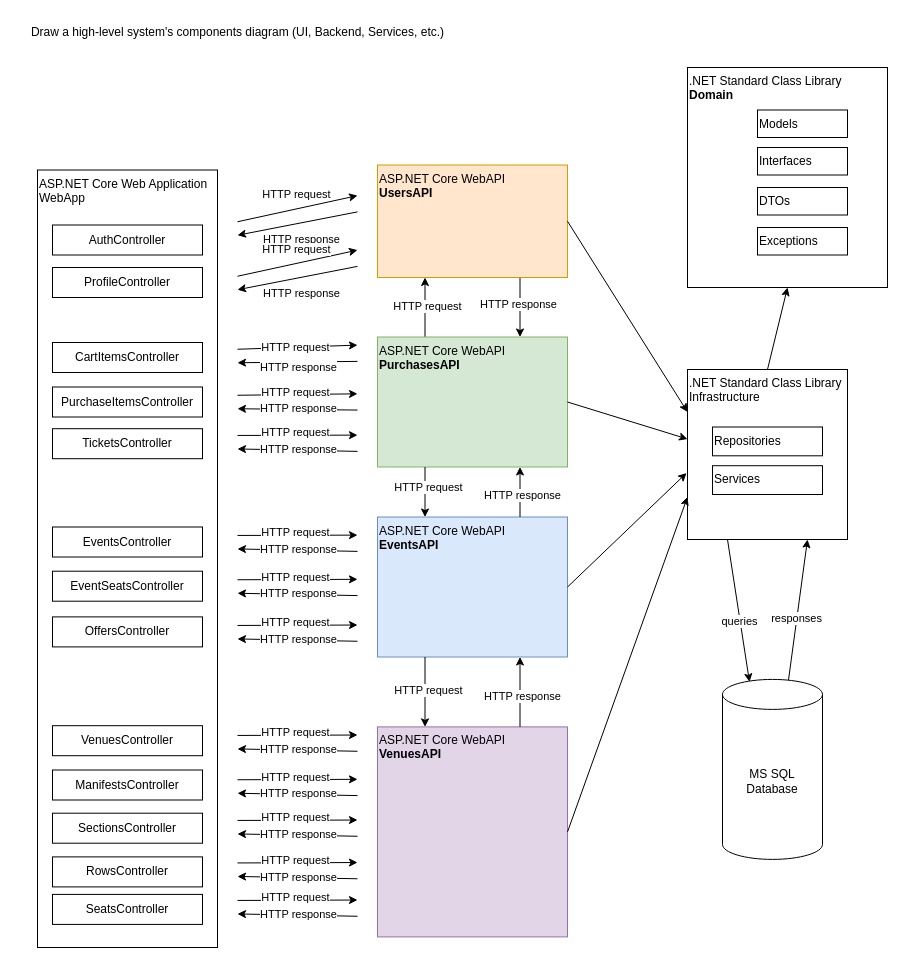
Before: page "Components" (1 of 4) of docs/Diagrams.drawio in leg0ushque/ticket-management, a draw.io diagram. Source tidied: cells renumbered, new cells numbered last; positions are measured from the earlier drawing's top-left corner, leaving out a move shared by most shapes. Both pictures are drawn from the tidied source at 100%, with x=0, y=0 at pixel (17, 17).
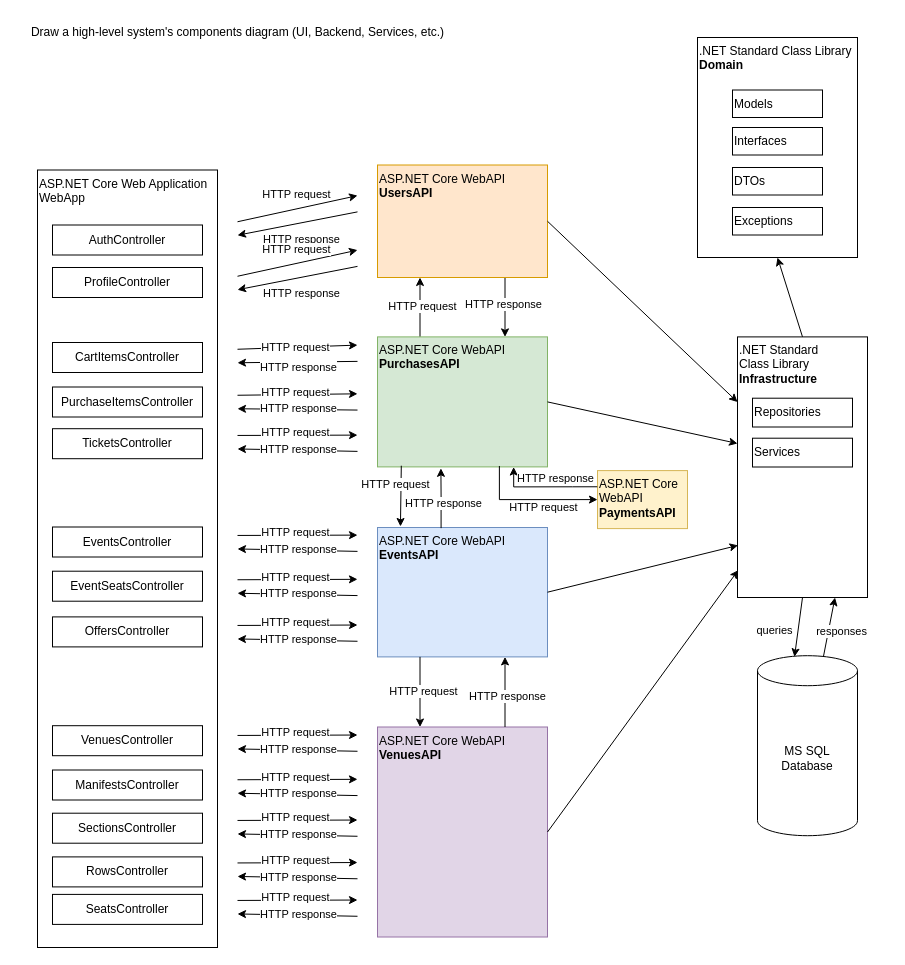
After the change.

Unchanged cells that the change refers to:
```xml
<mxCell id="40" style="rounded=0;jettySize=auto;html=1;exitX=0.75;exitY=1;exitDx=0;exitDy=0;entryX=0.66;entryY=0.003;entryDx=0;entryDy=0;entryPerimeter=0;startArrow=classic;startFill=1;endArrow=none;endFill=0;" parent="1" edge="1" source="12" target="3">
  <mxGeometry relative="1" as="geometry" />
</mxCell>
```

What changed in the source:
```diff
@@
     <mxCell id="3" value="MS SQL&lt;br&gt;Database" style="shape=cylinder3;whiteSpace=wrap;html=1;boundedLbl=1;backgroundOutline=1;size=15;" parent="1" vertex="1">
-      <mxGeometry x="705" y="661.9" width="100" height="180" as="geometry" />
+      <mxGeometry x="740" y="638.2" width="100" height="180" as="geometry" />
     </mxCell>
@@
     <mxCell id="6" value="ASP.NET Core WebAPI&lt;br&gt;&lt;b&gt;UsersAPI&lt;/b&gt;" style="rounded=0;whiteSpace=wrap;html=1;align=left;verticalAlign=top;fillColor=#ffe6cc;strokeColor=#d79b00;" parent="1" vertex="1">
-      <mxGeometry x="360" y="147.5" width="190" height="112.5" as="geometry" />
+      <mxGeometry x="360" y="147.5" width="170" height="112.5" as="geometry" />
     </mxCell>
@@
-    <mxCell id="9" style="rounded=0;jettySize=auto;html=1;exitX=0.25;exitY=1;exitDx=0;exitDy=0;entryX=0.27;entryY=0.014;entryDx=0;entryDy=0;entryPerimeter=0;startArrow=none;startFill=0;endArrow=classic;endFill=1;" parent="1" edge="1" source="12" target="3">
+    <mxCell id="9" style="rounded=0;jettySize=auto;html=1;exitX=0.5;exitY=1;exitDx=0;exitDy=0;entryX=0.37;entryY=0.006;entryDx=0;entryDy=0;entryPerimeter=0;startArrow=none;startFill=0;endArrow=classic;endFill=1;" parent="1" edge="1" source="12" target="3">
       <mxGeometry relative="1" as="geometry" />
     </mxCell>
     <mxCell id="10" value="queries" style="edgeLabel;html=1;align=center;verticalAlign=middle;" parent="9" vertex="1">
       <mxGeometry x="0.15" y="-6" relative="1" as="geometry">
-        <mxPoint x="5" y="-1" as="offset" />
+        <mxPoint x="-18" as="offset" />
       </mxGeometry>
     </mxCell>
@@
-    <mxCell id="12" value=".NET Standard Class Library&lt;br&gt;Infrastructure" style="rounded=0;whiteSpace=wrap;html=1;align=left;verticalAlign=top;" parent="1" vertex="1">
-      <mxGeometry x="670" y="352" width="160" height="170" as="geometry" />
+    <mxCell id="12" value=".NET Standard &lt;br&gt;Class Library&lt;br&gt;&lt;b&gt;Infrastructure&lt;/b&gt;" style="rounded=0;whiteSpace=wrap;html=1;align=left;verticalAlign=top;" parent="1" vertex="1">
+      <mxGeometry x="720" y="319.4" width="130" height="260.6" as="geometry" />
     </mxCell>
@@
     <mxCell id="16" value="ASP.NET Core WebAPI&lt;br style=&quot;border-color: var(--border-color);&quot;&gt;&lt;b&gt;PurchasesAPI&lt;/b&gt;" style="rounded=0;whiteSpace=wrap;html=1;align=left;verticalAlign=top;fillColor=#d5e8d4;strokeColor=#82b366;" parent="1" vertex="1">
-      <mxGeometry x="360" y="319.5" width="190" height="130" as="geometry" />
+      <mxGeometry x="360" y="319.4" width="170" height="130" as="geometry" />
     </mxCell>
     <mxCell id="17" value="ASP.NET Core WebAPI&lt;br style=&quot;border-color: var(--border-color);&quot;&gt;&lt;b&gt;VenuesAPI&lt;/b&gt;" style="rounded=0;whiteSpace=wrap;html=1;align=left;verticalAlign=top;fillColor=#e1d5e7;strokeColor=#9673a6;" parent="1" vertex="1">
-      <mxGeometry x="360" y="709.4" width="190" height="210" as="geometry" />
+      <mxGeometry x="360" y="709.5" width="170" height="210" as="geometry" />
     </mxCell>
     <mxCell id="18" value="ASP.NET Core WebAPI&lt;br style=&quot;border-color: var(--border-color);&quot;&gt;&lt;b&gt;EventsAPI&lt;/b&gt;" style="rounded=0;whiteSpace=wrap;html=1;align=left;verticalAlign=top;fillColor=#dae8fc;strokeColor=#6c8ebf;" parent="1" vertex="1">
-      <mxGeometry x="360" y="499.5" width="190" height="140" as="geometry" />
+      <mxGeometry x="360" y="510" width="170" height="129.4" as="geometry" />
     </mxCell>
-    <mxCell id="19" style="edgeStyle=orthogonalEdgeStyle;rounded=0;jettySize=auto;html=1;exitX=0.75;exitY=0;exitDx=0;exitDy=0;entryX=0.75;entryY=1;entryDx=0;entryDy=0;" parent="1" edge="1" source="18" target="16">
+    <mxCell id="19" style="edgeStyle=orthogonalEdgeStyle;rounded=0;jettySize=auto;html=1;exitX=0.374;exitY=0.005;exitDx=0;exitDy=0;entryX=0.373;entryY=1.011;entryDx=0;entryDy=0;exitPerimeter=0;entryPerimeter=0;" parent="1" edge="1" source="18" target="16">
       <mxGeometry relative="1" as="geometry" />
     </mxCell>
     <mxCell id="20" value="HTTP response" style="edgeLabel;html=1;align=center;verticalAlign=middle;" parent="19" vertex="1">
-      <mxGeometry x="-0.11" y="-2" relative="1" as="geometry" />
+      <mxGeometry x="-0.11" y="-2" relative="1" as="geometry">
+        <mxPoint y="2" as="offset" />
+      </mxGeometry>
     </mxCell>
-    <mxCell id="21" style="edgeStyle=orthogonalEdgeStyle;rounded=0;jettySize=auto;html=1;exitX=0.25;exitY=1;exitDx=0;exitDy=0;entryX=0.25;entryY=0;entryDx=0;entryDy=0;" parent="1" edge="1" source="16" target="18">
+    <mxCell id="21" style="rounded=0;jettySize=auto;html=1;exitX=0.14;exitY=0.991;exitDx=0;exitDy=0;entryX=0.135;entryY=-0.008;entryDx=0;entryDy=0;exitPerimeter=0;entryPerimeter=0;" parent="1" edge="1" source="16" target="18">
       <mxGeometry relative="1" as="geometry" />
     </mxCell>
     <mxCell id="22" value="HTTP request" style="edgeLabel;html=1;align=center;verticalAlign=middle;" parent="21" vertex="1">
       <mxGeometry x="0.33" relative="1" as="geometry">
-        <mxPoint x="3" y="-13" as="offset" />
+        <mxPoint x="-6" y="-22" as="offset" />
       </mxGeometry>
     </mxCell>
@@
     <mxCell id="27" value=".NET Standard Class Library&lt;br&gt;&lt;b&gt;Domain&lt;/b&gt;" style="rounded=0;whiteSpace=wrap;html=1;align=left;verticalAlign=top;" parent="1" vertex="1">
-      <mxGeometry x="670" y="50" width="200" height="220" as="geometry" />
+      <mxGeometry x="680" y="20" width="160" height="220" as="geometry" />
     </mxCell>
     <mxCell id="28" value="Models" style="rounded=0;whiteSpace=wrap;html=1;align=left;verticalAlign=top;" parent="1" vertex="1">
-      <mxGeometry x="740" y="92.5" width="90" height="27.5" as="geometry" />
+      <mxGeometry x="715" y="72.5" width="90" height="27.5" as="geometry" />
     </mxCell>
     <mxCell id="29" value="Interfaces" style="rounded=0;whiteSpace=wrap;html=1;align=left;verticalAlign=top;" parent="1" vertex="1">
-      <mxGeometry x="740" y="130" width="90" height="27.5" as="geometry" />
+      <mxGeometry x="715" y="110" width="90" height="27.5" as="geometry" />
     </mxCell>
     <mxCell id="30" value="DTOs" style="rounded=0;whiteSpace=wrap;html=1;align=left;verticalAlign=top;" parent="1" vertex="1">
-      <mxGeometry x="740" y="170" width="90" height="27.5" as="geometry" />
+      <mxGeometry x="715" y="150" width="90" height="27.5" as="geometry" />
     </mxCell>
     <mxCell id="31" value="Exceptions" style="rounded=0;whiteSpace=wrap;html=1;align=left;verticalAlign=top;" parent="1" vertex="1">
-      <mxGeometry x="740" y="210" width="90" height="27.5" as="geometry" />
+      <mxGeometry x="715" y="190" width="90" height="27.5" as="geometry" />
     </mxCell>
     <mxCell id="32" value="Repositories" style="rounded=0;whiteSpace=wrap;html=1;align=left;verticalAlign=top;" parent="1" vertex="1">
-      <mxGeometry x="695" y="409.5" width="110" height="28.8" as="geometry" />
+      <mxGeometry x="735" y="380.7" width="100" height="28.8" as="geometry" />
     </mxCell>
     <mxCell id="33" value="Services" style="rounded=0;whiteSpace=wrap;html=1;align=left;verticalAlign=top;" parent="1" vertex="1">
-      <mxGeometry x="695" y="448.2" width="110" height="28.8" as="geometry" />
+      <mxGeometry x="735" y="420.7" width="100" height="28.8" as="geometry" />
     </mxCell>
@@
-    <mxCell id="38" style="rounded=0;jettySize=auto;html=1;entryX=-0.006;entryY=0.609;entryDx=0;entryDy=0;exitX=1;exitY=0.5;exitDx=0;exitDy=0;entryPerimeter=0;" parent="1" edge="1" source="18" target="12">
+    <mxCell id="38" style="rounded=0;jettySize=auto;html=1;entryX=0.004;entryY=0.8;entryDx=0;entryDy=0;exitX=1;exitY=0.5;exitDx=0;exitDy=0;entryPerimeter=0;" parent="1" edge="1" source="18" target="12">
       <mxGeometry relative="1" as="geometry" />
     </mxCell>
-    <mxCell id="39" style="rounded=0;jettySize=auto;html=1;entryX=0;entryY=0.75;entryDx=0;entryDy=0;exitX=1;exitY=0.5;exitDx=0;exitDy=0;" parent="1" edge="1" source="17" target="12">
+    <mxCell id="39" style="rounded=0;jettySize=auto;html=1;entryX=0.006;entryY=0.895;entryDx=0;entryDy=0;exitX=1;exitY=0.5;exitDx=0;exitDy=0;entryPerimeter=0;" parent="1" edge="1" source="17" target="12">
       <mxGeometry relative="1" as="geometry" />
     </mxCell>
@@
     <mxCell id="41" value="responses" style="edgeLabel;html=1;align=center;verticalAlign=middle;" parent="40" vertex="1">
       <mxGeometry x="0.15" y="-6" relative="1" as="geometry">
-        <mxPoint x="5" y="-1" as="offset" />
+        <mxPoint x="18" y="1" as="offset" />
       </mxGeometry>
     </mxCell>
@@
+    <mxCell id="129" value="ASP.NET Core &lt;br&gt;WebAPI&lt;br style=&quot;border-color: var(--border-color);&quot;&gt;&lt;b&gt;PaymentsAPI&lt;/b&gt;" style="rounded=0;whiteSpace=wrap;html=1;align=left;verticalAlign=top;fillColor=#fff2cc;strokeColor=#d6b656;" parent="1" vertex="1">
+      <mxGeometry x="580" y="453.1" width="90" height="58" as="geometry" />
+    </mxCell>
+    <mxCell id="130" style="edgeStyle=orthogonalEdgeStyle;rounded=0;jettySize=auto;html=1;entryX=0;entryY=0.5;entryDx=0;entryDy=0;exitX=0.717;exitY=0.993;exitDx=0;exitDy=0;exitPerimeter=0;" parent="1" edge="1" source="16" target="129">
+      <mxGeometry relative="1" as="geometry" />
+    </mxCell>
+    <mxCell id="131" value="HTTP request" style="edgeLabel;html=1;align=center;verticalAlign=middle;" parent="130" vertex="1">
+      <mxGeometry x="0.33" relative="1" as="geometry">
+        <mxPoint x="-11" y="7" as="offset" />
+      </mxGeometry>
+    </mxCell>
+    <mxCell id="132" style="edgeStyle=orthogonalEdgeStyle;rounded=0;jettySize=auto;html=1;exitX=-0.002;exitY=0.279;exitDx=0;exitDy=0;entryX=0.801;entryY=1.001;entryDx=0;entryDy=0;entryPerimeter=0;exitPerimeter=0;" parent="1" edge="1" source="129" target="16">
+      <mxGeometry relative="1" as="geometry" />
+    </mxCell>
+    <mxCell id="133" value="HTTP response" style="edgeLabel;html=1;align=center;verticalAlign=middle;" parent="132" vertex="1">
+      <mxGeometry x="-0.11" y="-2" relative="1" as="geometry">
+        <mxPoint x="4" y="-7" as="offset" />
+      </mxGeometry>
+    </mxCell>
```
